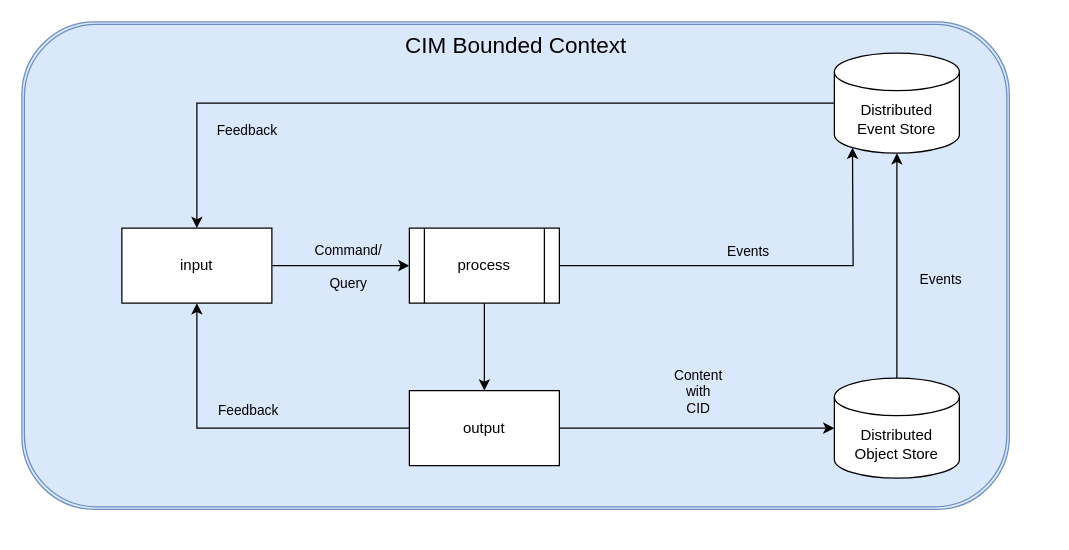
The draw.io diagram cim.drawio in AmaranthosIO/drawings, before the edit. Source tidied: cells renumbered, new cells numbered last; positions are measured from the earlier drawing's top-left corner, leaving out a move shared by most shapes. Both pictures are drawn from the tidied source at 125%, with x=0, y=0 at pixel (21, 21).
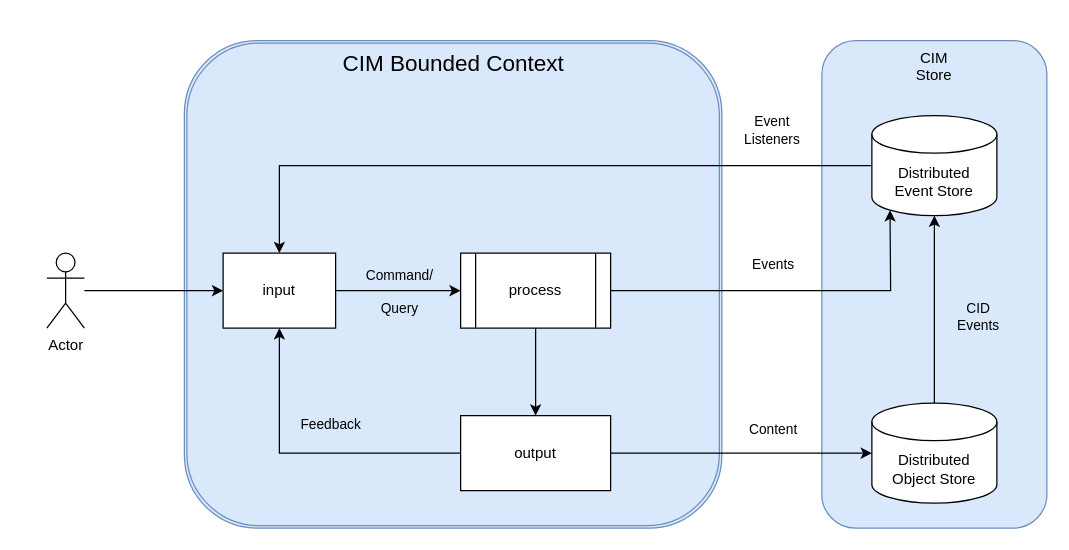
The same page after the edit.

Unchanged cells that the change refers to:
```xml
<mxCell id="3" style="edgeStyle=none;rounded=0;jettySize=auto;html=1;exitX=0.5;exitY=0;exitDx=0;exitDy=0;exitPerimeter=0;" parent="1" edge="1" source="5" target="10">
  <mxGeometry relative="1" as="geometry" />
</mxCell>
<mxCell id="11" style="edgeStyle=none;rounded=0;jettySize=auto;html=1;exitX=1;exitY=0.5;exitDx=0;exitDy=0;entryX=0;entryY=0.5;entryDx=0;entryDy=0;" parent="1" edge="1" source="13" target="7">
  <mxGeometry relative="1" as="geometry" />
</mxCell>
```

What changed in the source:
```diff
@@
+    <mxCell id="21" value="CIM &lt;br&gt;Store" style="rounded=1;whiteSpace=wrap;html=1;fillColor=#dae8fc;strokeColor=#6c8ebf;verticalAlign=top;" parent="1" vertex="1">
+      <mxGeometry x="640" y="15" width="180" height="390" as="geometry" />
+    </mxCell>
     <mxCell id="2" value="CIM Bounded Context" style="shape=ext;double=1;rounded=1;html=1;spacingBottom=0;verticalAlign=top;labelBackgroundColor=none;labelBorderColor=none;fillColor=#dae8fc;strokeColor=#6c8ebf;gradientColor=none;glass=0;shadow=0;fontSize=18;" parent="1" vertex="1">
-      <mxGeometry width="790" height="390" as="geometry" />
+      <mxGeometry x="130" y="15" width="430" height="390" as="geometry" />
     </mxCell>
@@
-    <mxCell id="4" value="Events" style="edgeLabel;html=1;align=center;verticalAlign=middle;labelBackgroundColor=none;spacingLeft=48;" parent="3" vertex="1">
+    <mxCell id="4" value="CID&lt;br&gt;Events" style="edgeLabel;html=1;align=center;verticalAlign=middle;labelBackgroundColor=none;spacingLeft=48;" parent="3" vertex="1">
       <mxGeometry x="-0.34" y="-2" relative="1" as="geometry">
         <mxPoint x="8" y="-21" as="offset" />
       </mxGeometry>
     </mxCell>
     <mxCell id="5" value="&lt;div&gt;Distributed&lt;/div&gt;&lt;div&gt;Object Store&lt;/div&gt;" style="shape=cylinder3;whiteSpace=wrap;html=1;boundedLbl=1;backgroundOutline=1;size=15;" parent="1" vertex="1">
-      <mxGeometry x="650" y="285" width="100" height="80" as="geometry" />
+      <mxGeometry x="680" y="305" width="100" height="80" as="geometry" />
     </mxCell>
@@
     <mxCell id="7" value="process" style="shape=process;whiteSpace=wrap;html=1;backgroundOutline=1;" parent="1" vertex="1">
-      <mxGeometry x="310" y="165" width="120" height="60" as="geometry" />
+      <mxGeometry x="351" y="185" width="120" height="60" as="geometry" />
     </mxCell>
     <mxCell id="8" style="edgeStyle=none;rounded=0;jettySize=auto;html=1;exitX=0;exitY=0.5;exitDx=0;exitDy=0;exitPerimeter=0;entryX=0.5;entryY=0;entryDx=0;entryDy=0;" parent="1" edge="1" source="10" target="13">
       <mxGeometry relative="1" as="geometry">
         <Array as="points">
-          <mxPoint x="140" y="65" />
-          <mxPoint x="140" y="105" />
+          <mxPoint x="630" y="115" />
+          <mxPoint x="206" y="115" />
         </Array>
       </mxGeometry>
     </mxCell>
-    <mxCell id="9" value="Feedback" style="edgeLabel;html=1;align=center;verticalAlign=middle;labelBackgroundColor=none;spacingTop=0;spacingBottom=18;noLabel=0;" parent="8" vertex="1">
+    <mxCell id="9" value="Event&lt;br&gt;Listeners" style="edgeLabel;html=1;align=center;verticalAlign=middle;labelBackgroundColor=none;spacingTop=0;spacingBottom=18;noLabel=0;" parent="8" vertex="1">
       <mxGeometry x="-0.12" y="-3" relative="1" as="geometry">
-        <mxPoint x="-203" y="33" as="offset" />
+        <mxPoint x="158" y="-17" as="offset" />
       </mxGeometry>
     </mxCell>
     <mxCell id="10" value="&lt;div&gt;Distributed&lt;/div&gt;&lt;div&gt;Event Store&lt;/div&gt;" style="shape=cylinder3;whiteSpace=wrap;html=1;boundedLbl=1;backgroundOutline=1;size=15;" parent="1" vertex="1">
-      <mxGeometry x="650" y="25" width="100" height="80" as="geometry" />
+      <mxGeometry x="680" y="75" width="100" height="80" as="geometry" />
     </mxCell>
@@
     <mxCell id="12" value="&lt;div&gt;Command/&lt;br&gt;&lt;br&gt;&lt;/div&gt;&lt;div&gt;Query&lt;/div&gt;" style="edgeLabel;html=1;align=center;verticalAlign=middle;labelBackgroundColor=none;" parent="11" vertex="1">
       <mxGeometry x="-0.24" y="-2" relative="1" as="geometry">
-        <mxPoint x="18" y="-2" as="offset" />
+        <mxPoint x="12" y="-2" as="offset" />
       </mxGeometry>
     </mxCell>
     <mxCell id="13" value="input" style="rounded=0;whiteSpace=wrap;html=1;" parent="1" vertex="1">
-      <mxGeometry x="80" y="165" width="120" height="60" as="geometry" />
+      <mxGeometry x="161" y="185" width="90" height="60" as="geometry" />
     </mxCell>
     <mxCell id="14" style="edgeStyle=none;rounded=0;jettySize=auto;html=1;exitX=0;exitY=0.5;exitDx=0;exitDy=0;entryX=0.5;entryY=1;entryDx=0;entryDy=0;" parent="1" edge="1" source="16" target="13">
       <mxGeometry relative="1" as="geometry">
         <Array as="points">
-          <mxPoint x="140" y="325" />
+          <mxPoint x="206" y="345" />
         </Array>
       </mxGeometry>
     </mxCell>
@@
     <mxCell id="16" value="output" style="rounded=0;whiteSpace=wrap;html=1;" parent="1" vertex="1">
-      <mxGeometry x="310" y="295" width="120" height="60" as="geometry" />
+      <mxGeometry x="351" y="315" width="120" height="60" as="geometry" />
     </mxCell>
     <mxCell id="17" style="edgeStyle=none;rounded=0;jettySize=auto;html=1;exitX=1;exitY=0.5;exitDx=0;exitDy=0;entryX=0;entryY=0.5;entryDx=0;entryDy=0;entryPerimeter=0;" parent="1" edge="1" source="16" target="5">
       <mxGeometry relative="1" as="geometry">
         <Array as="points">
-          <mxPoint x="590" y="325" />
+          <mxPoint x="620" y="345" />
         </Array>
       </mxGeometry>
     </mxCell>
-    <mxCell id="18" value="&lt;div&gt;Content&lt;/div&gt;&lt;div&gt;with&lt;/div&gt;CID" style="edgeLabel;html=1;align=center;verticalAlign=middle;labelBackgroundColor=none;" parent="17" vertex="1">
+    <mxCell id="18" value="&lt;div&gt;Content&lt;/div&gt;" style="edgeLabel;html=1;align=center;verticalAlign=middle;labelBackgroundColor=none;" parent="17" vertex="1">
       <mxGeometry x="-0.29" y="-1" relative="1" as="geometry">
-        <mxPoint x="32" y="-31" as="offset" />
+        <mxPoint x="55" y="-21" as="offset" />
       </mxGeometry>
     </mxCell>
     <mxCell id="19" style="edgeStyle=none;rounded=0;jettySize=auto;html=1;exitX=1;exitY=0.5;exitDx=0;exitDy=0;entryX=0.145;entryY=1;entryDx=0;entryDy=-4.35;entryPerimeter=0;" parent="1" edge="1" source="7" target="10">
       <mxGeometry relative="1" as="geometry">
         <Array as="points">
-          <mxPoint x="665" y="195" />
+          <mxPoint x="695" y="215" />
         </Array>
       </mxGeometry>
     </mxCell>
     <mxCell id="20" value="Events" style="edgeLabel;html=1;align=center;verticalAlign=middle;labelBackgroundColor=none;spacingBottom=24;" parent="19" vertex="1">
-      <mxGeometry x="-0.09" relative="1" as="geometry" />
+      <mxGeometry x="-0.09" relative="1" as="geometry">
+        <mxPoint x="-2" y="-10" as="offset" />
+      </mxGeometry>
     </mxCell>
+    <mxCell id="22" style="edgeStyle=none;rounded=0;orthogonalLoop=1;jettySize=auto;html=1;exitX=0;exitY=0.5;exitDx=0;exitDy=0;" parent="1" edge="1" source="2" target="2">
+      <mxGeometry relative="1" as="geometry" />
+    </mxCell>
+    <mxCell id="23" style="edgeStyle=none;rounded=0;jettySize=auto;html=1;entryX=0;entryY=0.5;entryDx=0;entryDy=0;" parent="1" edge="1" source="24" target="13">
+      <mxGeometry relative="1" as="geometry" />
+    </mxCell>
+    <mxCell id="24" value="Actor" style="shape=umlActor;verticalLabelPosition=bottom;verticalAlign=top;html=1;outlineConnect=0;" parent="1" vertex="1">
+      <mxGeometry x="20" y="185" width="30" height="60" as="geometry" />
+    </mxCell>
```
